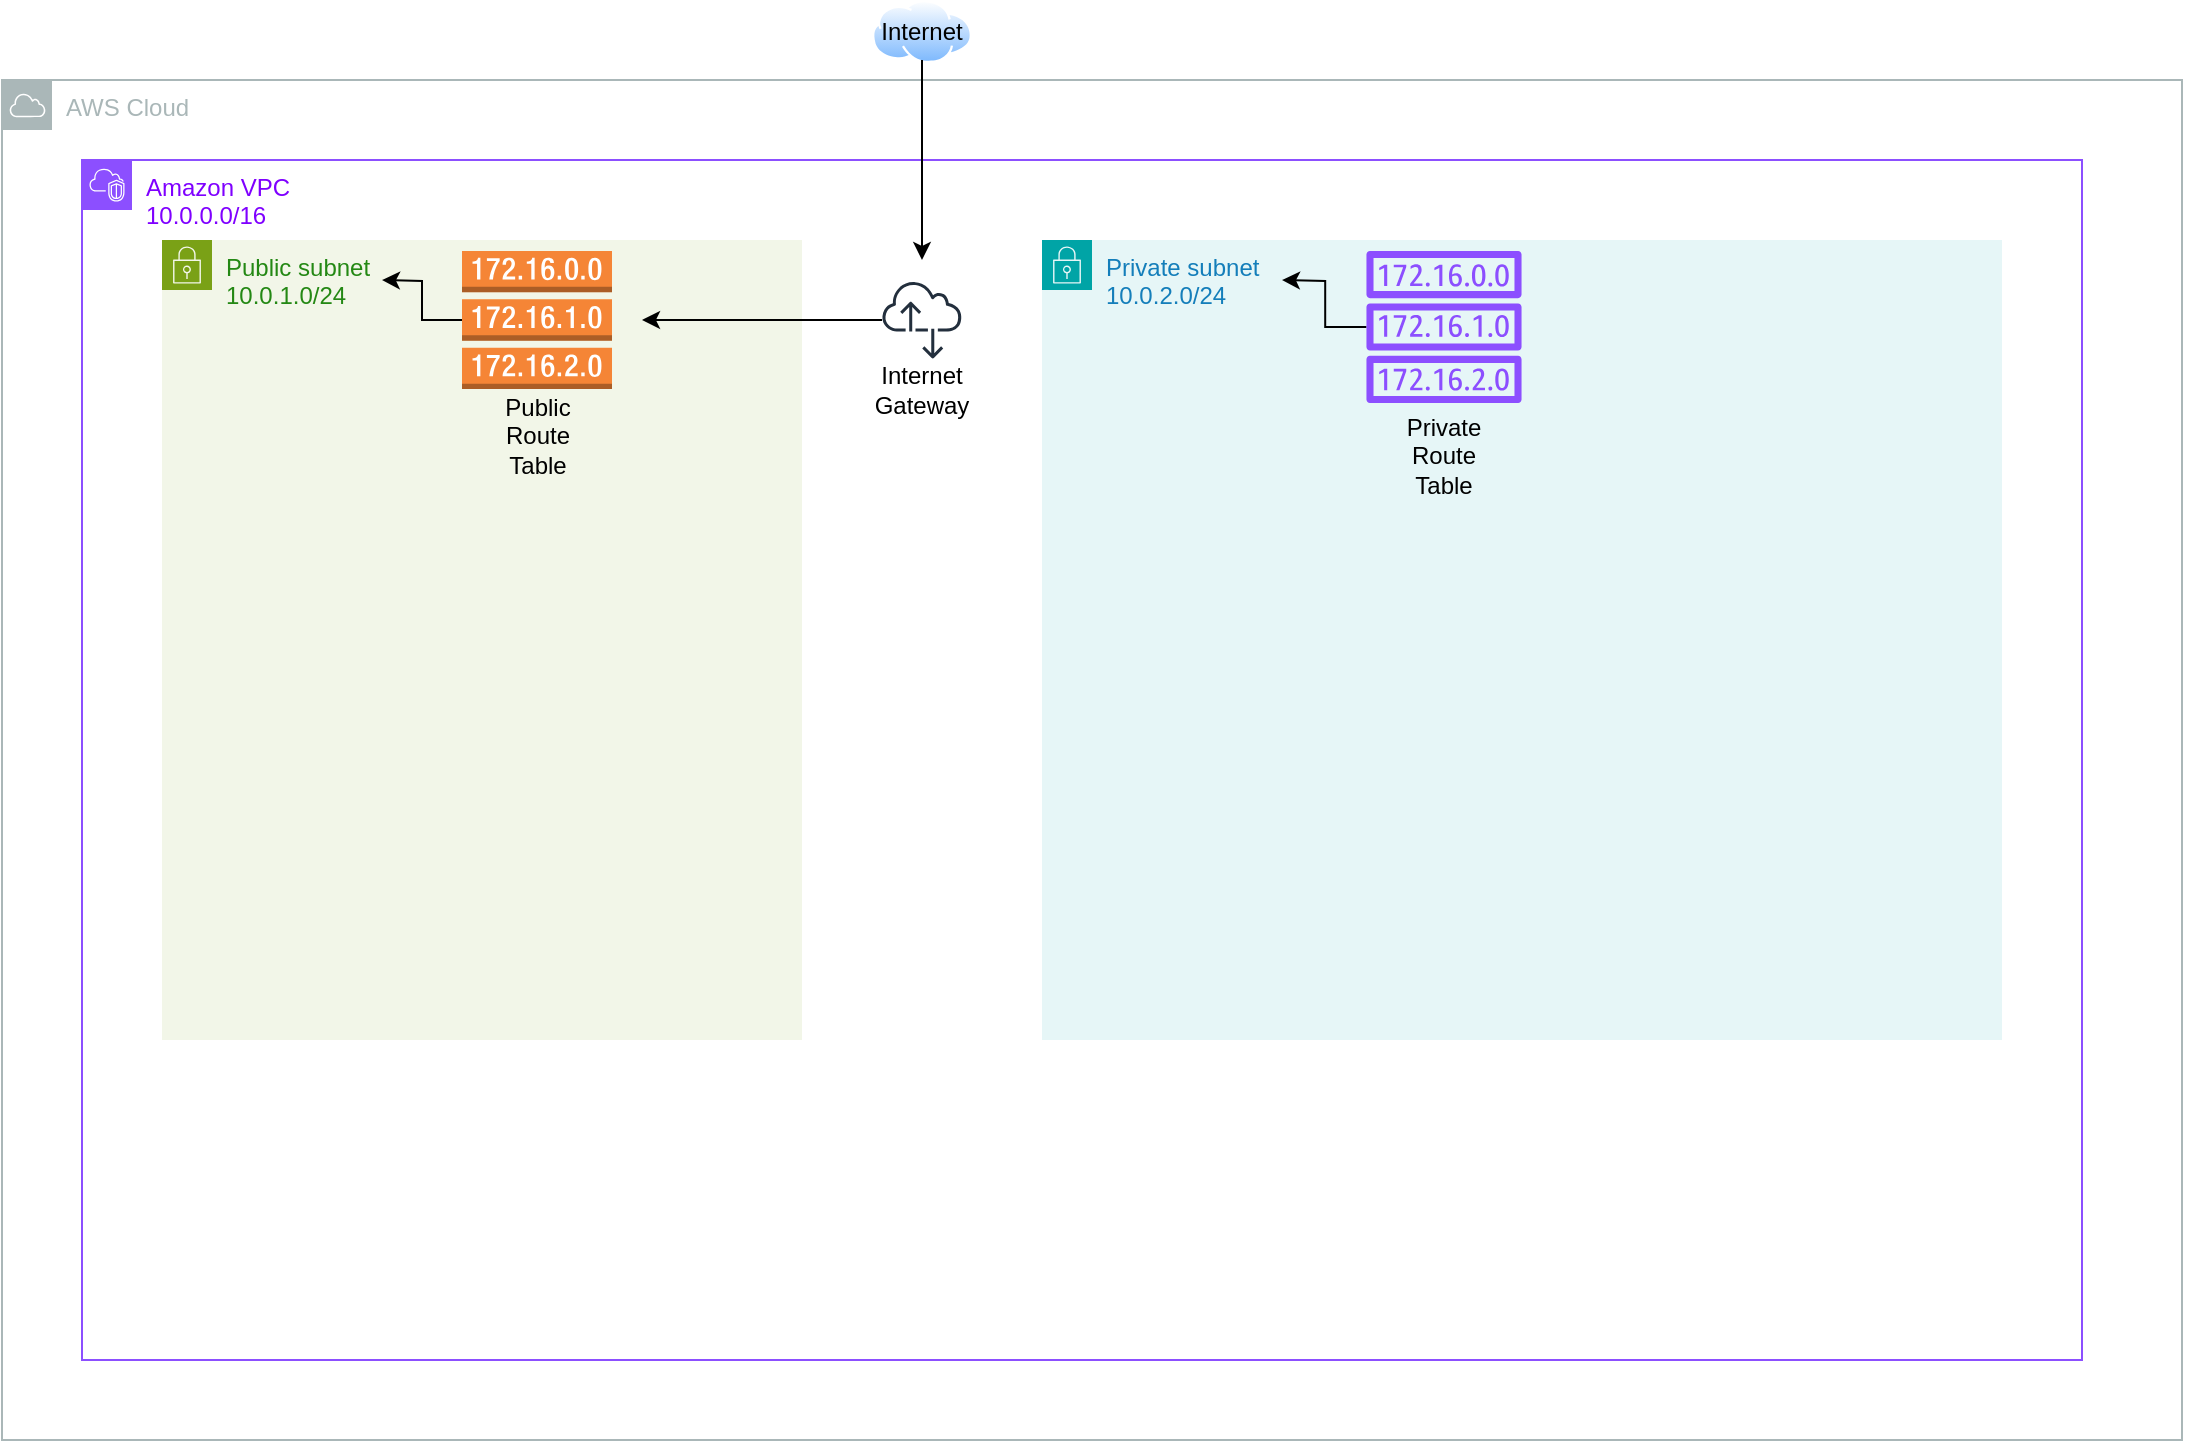
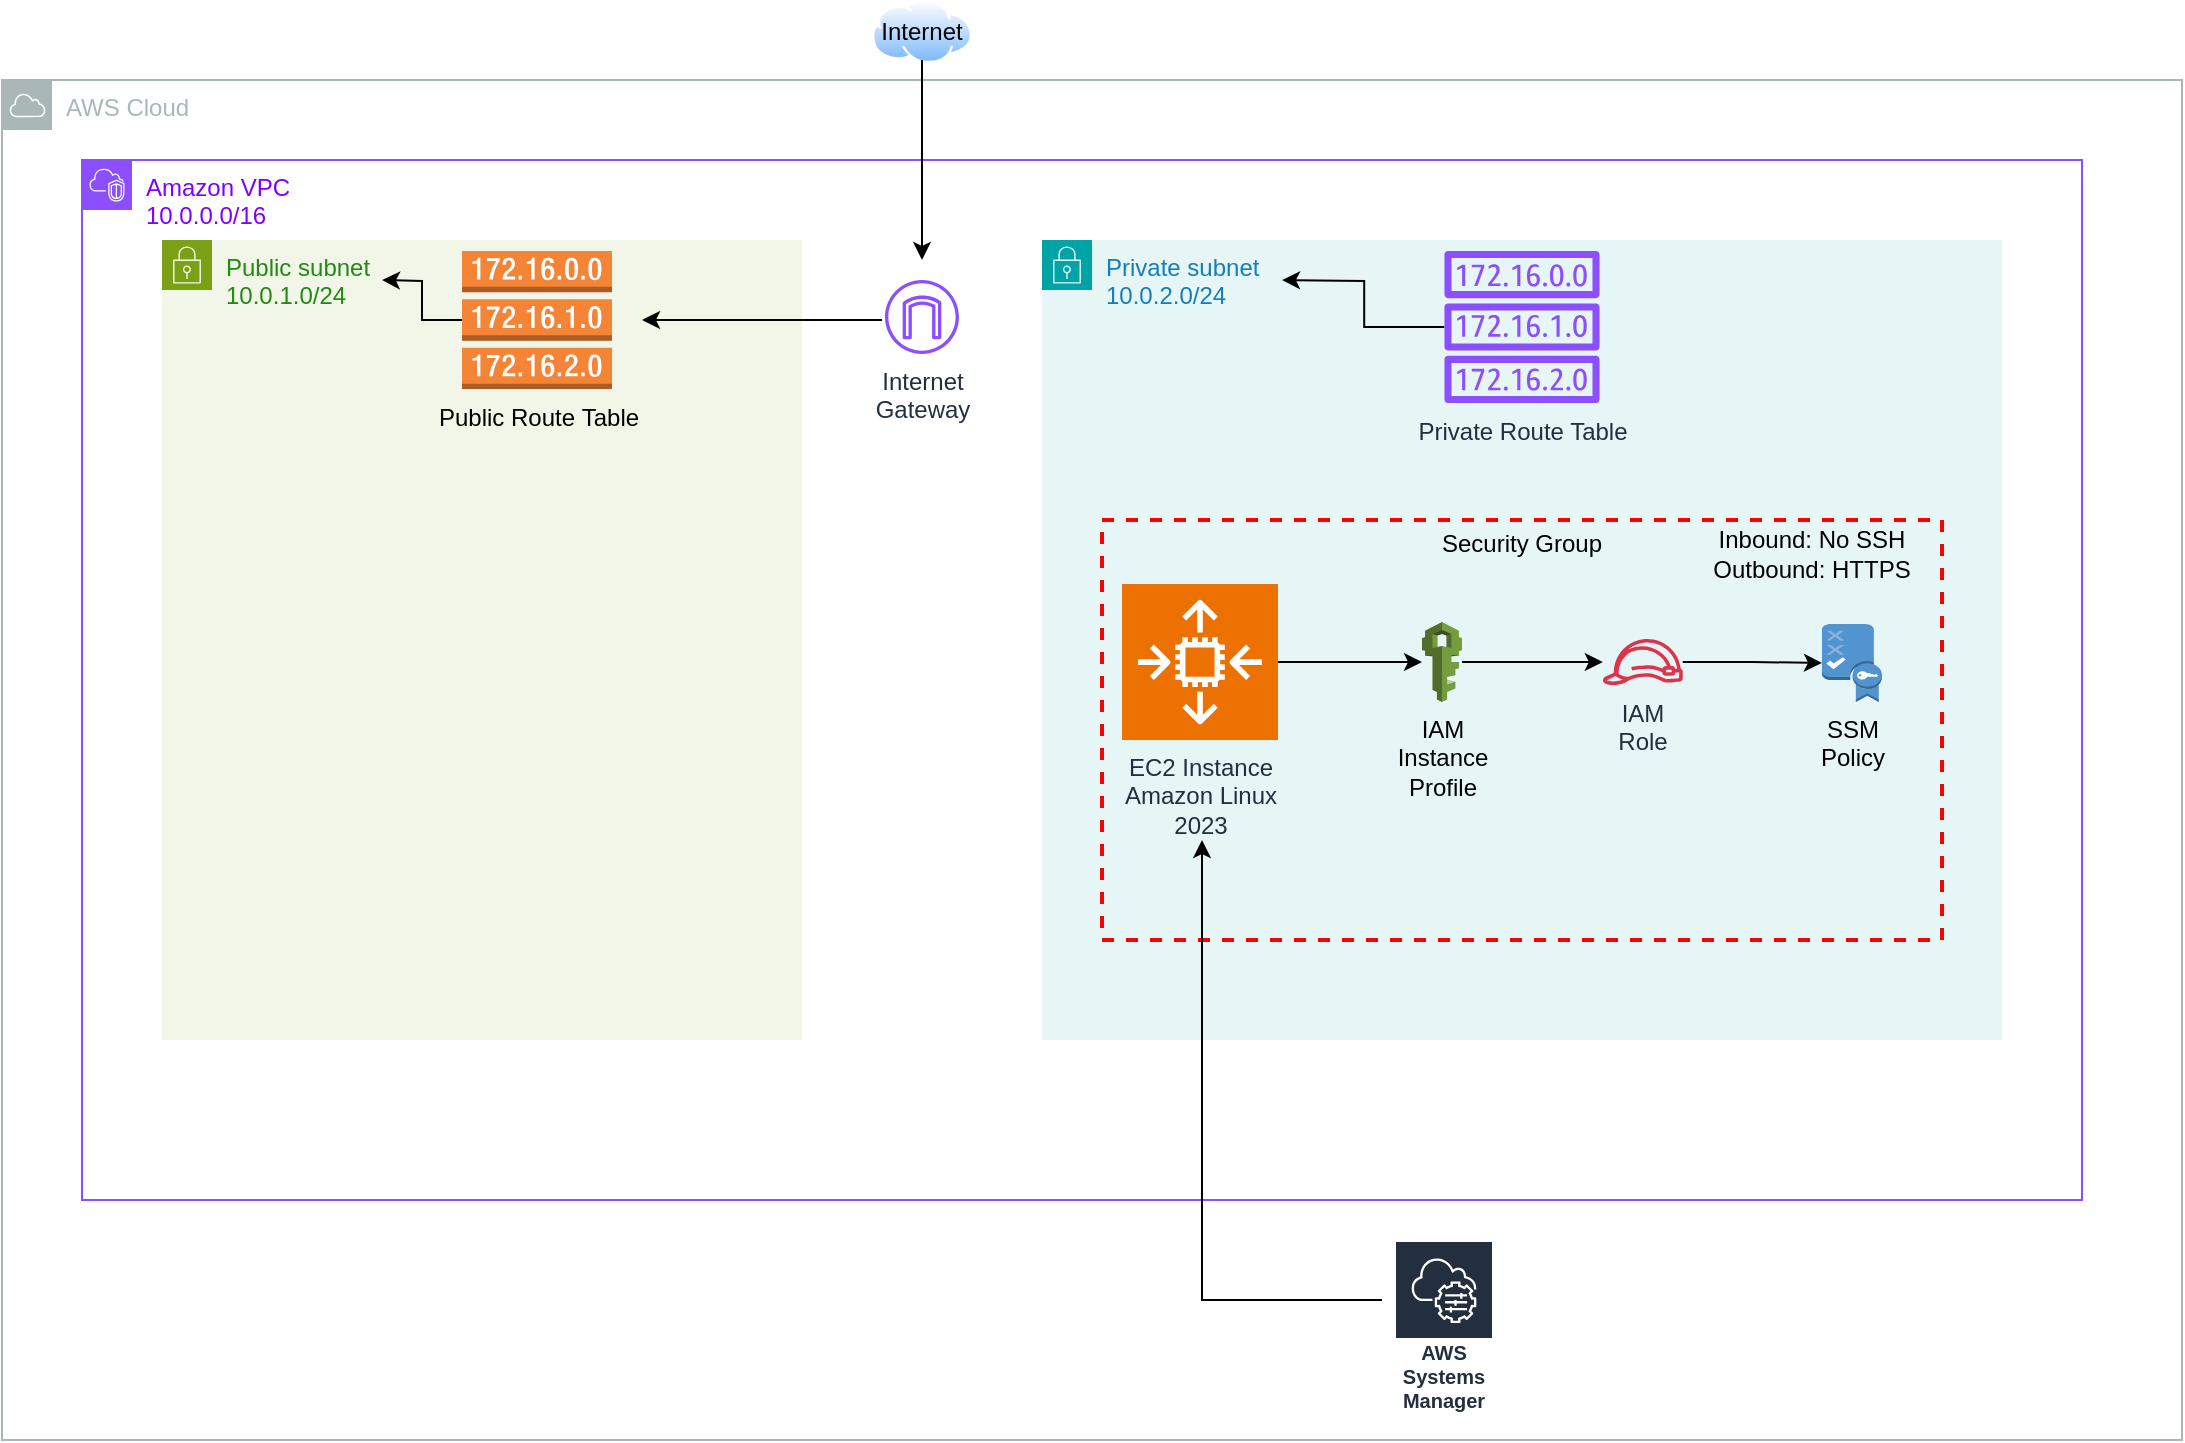
<mxfile host="app.diagrams.net">
  <diagram name="Page-1" id="UbdMAgmK1EmgD3pOVfZS">
-     <mxGraphModel dx="1142" dy="613" grid="1" gridSize="10" guides="1" tooltips="1" connect="1" arrows="1" fold="1" page="1" pageScale="1" pageWidth="1600" pageHeight="900" math="0" shadow="0">
+     <mxGraphModel dx="956" dy="613" grid="1" gridSize="10" guides="1" tooltips="1" connect="1" arrows="1" fold="1" page="1" pageScale="1" pageWidth="1600" pageHeight="900" math="0" shadow="0">
      <root>
        <mxCell id="0" />
-         <mxCell id="1" parent="0" />
+         <mxCell id="1" parent="0" style="locked=0;" value="VPC and subnets" />
        <mxCell id="lk7OxB-c81JEV8d6-9_6-1" parent="1" style="sketch=0;outlineConnect=0;gradientColor=none;html=1;whiteSpace=wrap;fontSize=12;fontStyle=0;shape=mxgraph.aws4.group;grIcon=mxgraph.aws4.group_aws_cloud;strokeColor=#AAB7B8;fillColor=none;verticalAlign=top;align=left;spacingLeft=30;fontColor=#AAB7B8;dashed=0;movable=0;resizable=0;rotatable=0;deletable=0;editable=0;locked=1;connectable=0;" value="AWS Cloud" vertex="1">
          <mxGeometry height="680" width="1090" x="40" y="40" as="geometry" />
        </mxCell>
        <mxCell id="lk7OxB-c81JEV8d6-9_6-2" parent="1" style="points=[[0,0],[0.25,0],[0.5,0],[0.75,0],[1,0],[1,0.25],[1,0.5],[1,0.75],[1,1],[0.75,1],[0.5,1],[0.25,1],[0,1],[0,0.75],[0,0.5],[0,0.25]];outlineConnect=0;gradientColor=none;html=1;whiteSpace=wrap;fontSize=12;fontStyle=0;container=1;pointerEvents=0;collapsible=0;recursiveResize=0;shape=mxgraph.aws4.group;grIcon=mxgraph.aws4.group_vpc2;strokeColor=#8C4FFF;fillColor=none;verticalAlign=top;align=left;spacingLeft=30;fontColor=#AAB7B8;dashed=0;movable=0;resizable=0;rotatable=0;deletable=0;editable=0;locked=1;connectable=0;" value="&lt;span style=&quot;color: rgb(127, 0, 255);&quot;&gt;Amazon VPC&lt;/span&gt;&lt;div&gt;&lt;span style=&quot;color: rgb(127, 0, 255);&quot;&gt;10.0.0.0/16&lt;/span&gt;&lt;/div&gt;" vertex="1">
-           <mxGeometry height="600" width="1000" x="80" y="80" as="geometry" />
+           <mxGeometry height="520" width="1000" x="80" y="80" as="geometry" />
        </mxCell>
        <mxCell id="lk7OxB-c81JEV8d6-9_6-3" parent="1" style="points=[[0,0],[0.25,0],[0.5,0],[0.75,0],[1,0],[1,0.25],[1,0.5],[1,0.75],[1,1],[0.75,1],[0.5,1],[0.25,1],[0,1],[0,0.75],[0,0.5],[0,0.25]];outlineConnect=0;gradientColor=none;html=1;whiteSpace=wrap;fontSize=12;fontStyle=0;container=1;pointerEvents=0;collapsible=0;recursiveResize=0;shape=mxgraph.aws4.group;grIcon=mxgraph.aws4.group_security_group;grStroke=0;strokeColor=#7AA116;fillColor=#F2F6E8;verticalAlign=top;align=left;spacingLeft=30;fontColor=#248814;dashed=0;movable=0;resizable=0;rotatable=0;deletable=0;editable=0;locked=1;connectable=0;" value="Public subnet&lt;div&gt;10.0.1.0/24&lt;/div&gt;" vertex="1">
          <mxGeometry height="400" width="320" x="120" y="120" as="geometry" />
        </mxCell>
        <mxCell id="lk7OxB-c81JEV8d6-9_6-4" parent="1" style="points=[[0,0],[0.25,0],[0.5,0],[0.75,0],[1,0],[1,0.25],[1,0.5],[1,0.75],[1,1],[0.75,1],[0.5,1],[0.25,1],[0,1],[0,0.75],[0,0.5],[0,0.25]];outlineConnect=0;gradientColor=none;html=1;whiteSpace=wrap;fontSize=12;fontStyle=0;container=1;pointerEvents=0;collapsible=0;recursiveResize=0;shape=mxgraph.aws4.group;grIcon=mxgraph.aws4.group_security_group;grStroke=0;strokeColor=#00A4A6;fillColor=#E6F6F7;verticalAlign=top;align=left;spacingLeft=30;fontColor=#147EBA;dashed=0;movable=0;resizable=0;rotatable=0;deletable=0;editable=0;locked=1;connectable=0;" value="Private subnet&lt;div&gt;10.0.2.0/24&lt;/div&gt;" vertex="1">
          <mxGeometry height="400" width="480" x="560" y="120" as="geometry" />
        </mxCell>
-         <mxCell id="lk7OxB-c81JEV8d6-9_6-6" parent="1" style="text;html=1;whiteSpace=wrap;strokeColor=none;fillColor=none;align=center;verticalAlign=middle;rounded=0;movable=0;resizable=0;rotatable=0;deletable=0;editable=0;locked=1;connectable=0;" value="Internet&lt;div&gt;Gateway&lt;/div&gt;" vertex="1">
-           <mxGeometry height="30" width="60" x="470" y="180" as="geometry" />
-         </mxCell>
-         <mxCell id="lk7OxB-c81JEV8d6-9_6-8" edge="1" parent="1" source="lk7OxB-c81JEV8d6-9_6-7" style="edgeStyle=orthogonalEdgeStyle;rounded=0;orthogonalLoop=1;jettySize=auto;html=1;movable=0;resizable=0;rotatable=0;deletable=0;editable=0;locked=1;connectable=0;">
+         <mxCell id="lk7OxB-c81JEV8d6-9_6-8" edge="1" parent="1" style="edgeStyle=orthogonalEdgeStyle;rounded=0;orthogonalLoop=1;jettySize=auto;html=1;movable=0;resizable=0;rotatable=0;deletable=0;editable=0;locked=1;connectable=0;">
          <mxGeometry relative="1" as="geometry">
+             <mxPoint x="480" y="160" as="sourcePoint" />
            <mxPoint x="360" y="160" as="targetPoint" />
          </mxGeometry>
-         </mxCell>
-         <mxCell id="lk7OxB-c81JEV8d6-9_6-7" parent="1" style="sketch=0;outlineConnect=0;fontColor=#232F3E;gradientColor=none;fillColor=#232F3D;strokeColor=none;dashed=0;verticalLabelPosition=bottom;verticalAlign=top;align=center;html=1;fontSize=12;fontStyle=0;aspect=fixed;pointerEvents=1;shape=mxgraph.aws4.internet_alt2;movable=0;resizable=0;rotatable=0;deletable=0;editable=0;locked=1;connectable=0;" value="" vertex="1">
-           <mxGeometry height="40" width="40" x="480" y="140" as="geometry" />
        </mxCell>
        <mxCell id="lk7OxB-c81JEV8d6-9_6-16" edge="1" parent="1" source="lk7OxB-c81JEV8d6-9_6-9" style="edgeStyle=orthogonalEdgeStyle;rounded=0;orthogonalLoop=1;jettySize=auto;html=1;movable=0;resizable=0;rotatable=0;deletable=0;editable=0;locked=1;connectable=0;">
          <mxGeometry relative="1" as="geometry">
            <mxPoint x="230" y="140" as="targetPoint" />
          </mxGeometry>
        </mxCell>
-         <mxCell id="lk7OxB-c81JEV8d6-9_6-9" parent="1" style="outlineConnect=0;dashed=0;verticalLabelPosition=bottom;verticalAlign=top;align=center;html=1;shape=mxgraph.aws3.route_table;fillColor=#F58536;gradientColor=none;movable=0;resizable=0;rotatable=0;deletable=0;editable=0;locked=1;connectable=0;" value="" vertex="1">
+         <mxCell id="lk7OxB-c81JEV8d6-9_6-9" parent="1" style="outlineConnect=0;dashed=0;verticalLabelPosition=bottom;verticalAlign=top;align=center;html=1;shape=mxgraph.aws3.route_table;fillColor=#F58536;gradientColor=none;movable=1;resizable=1;rotatable=1;deletable=1;editable=1;locked=0;connectable=1;" value="Public&amp;nbsp;&lt;span style=&quot;background-color: transparent; color: light-dark(rgb(0, 0, 0), rgb(255, 255, 255));&quot;&gt;Route&amp;nbsp;&lt;/span&gt;&lt;span style=&quot;background-color: transparent; color: light-dark(rgb(0, 0, 0), rgb(255, 255, 255));&quot;&gt;Table&lt;/span&gt;" vertex="1">
          <mxGeometry height="69" width="75" x="270" y="125.5" as="geometry" />
        </mxCell>
        <mxCell id="lk7OxB-c81JEV8d6-9_6-17" edge="1" parent="1" source="lk7OxB-c81JEV8d6-9_6-10" style="edgeStyle=orthogonalEdgeStyle;rounded=0;orthogonalLoop=1;jettySize=auto;html=1;movable=0;resizable=0;rotatable=0;deletable=0;editable=0;locked=1;connectable=0;">
          <mxGeometry relative="1" as="geometry">
            <mxPoint x="680" y="140" as="targetPoint" />
          </mxGeometry>
        </mxCell>
-         <mxCell id="lk7OxB-c81JEV8d6-9_6-10" parent="1" style="sketch=0;outlineConnect=0;fontColor=#232F3E;gradientColor=none;fillColor=#8C4FFF;strokeColor=none;dashed=0;verticalLabelPosition=bottom;verticalAlign=top;align=center;html=1;fontSize=12;fontStyle=0;aspect=fixed;pointerEvents=1;shape=mxgraph.aws4.route_table;movable=0;resizable=0;rotatable=0;deletable=0;editable=0;locked=1;connectable=0;" value="" vertex="1">
-           <mxGeometry height="76" width="78" x="722" y="125.5" as="geometry" />
-         </mxCell>
-         <mxCell id="lk7OxB-c81JEV8d6-9_6-11" parent="1" style="text;html=1;whiteSpace=wrap;strokeColor=none;fillColor=none;align=center;verticalAlign=middle;rounded=0;movable=0;resizable=0;rotatable=0;deletable=0;editable=0;locked=1;connectable=0;" value="Public Route Table" vertex="1">
-           <mxGeometry height="30" width="60" x="277.5" y="202.5" as="geometry" />
-         </mxCell>
-         <mxCell id="lk7OxB-c81JEV8d6-9_6-12" parent="1" style="text;html=1;whiteSpace=wrap;strokeColor=none;fillColor=none;align=center;verticalAlign=middle;rounded=0;movable=0;resizable=0;rotatable=0;deletable=0;editable=0;locked=1;connectable=0;" value="Private Route Table" vertex="1">
-           <mxGeometry height="30" width="60" x="731" y="213" as="geometry" />
+         <mxCell id="lk7OxB-c81JEV8d6-9_6-10" parent="1" style="sketch=0;outlineConnect=0;fontColor=#232F3E;gradientColor=none;fillColor=#8C4FFF;strokeColor=none;dashed=0;verticalLabelPosition=bottom;verticalAlign=top;align=center;html=1;fontSize=12;fontStyle=0;aspect=fixed;pointerEvents=1;shape=mxgraph.aws4.route_table;movable=0;resizable=0;rotatable=0;deletable=0;editable=0;locked=1;connectable=0;" value="Private Route Table" vertex="1">
+           <mxGeometry height="76" width="78" x="761" y="125.5" as="geometry" />
        </mxCell>
        <mxCell id="lk7OxB-c81JEV8d6-9_6-13" parent="1" style="image;aspect=fixed;perimeter=ellipsePerimeter;html=1;align=center;shadow=0;dashed=0;spacingTop=3;image=img/lib/active_directory/internet_cloud.svg;" value="" vertex="1">
          <mxGeometry height="31.5" width="50" x="475" as="geometry" />
        </mxCell>
        <mxCell id="lk7OxB-c81JEV8d6-9_6-15" edge="1" parent="1" source="lk7OxB-c81JEV8d6-9_6-14" style="edgeStyle=orthogonalEdgeStyle;rounded=0;orthogonalLoop=1;jettySize=auto;html=1;movable=0;resizable=0;rotatable=0;deletable=0;editable=0;locked=1;connectable=0;">
          <mxGeometry relative="1" as="geometry">
            <mxPoint x="500" y="130" as="targetPoint" />
          </mxGeometry>
        </mxCell>
        <mxCell id="lk7OxB-c81JEV8d6-9_6-14" parent="1" style="text;html=1;whiteSpace=wrap;strokeColor=none;fillColor=none;align=center;verticalAlign=middle;rounded=0;movable=0;resizable=0;rotatable=0;deletable=0;editable=0;locked=1;connectable=0;" value="Internet" vertex="1">
          <mxGeometry height="29" width="60" x="470" y="1" as="geometry" />
        </mxCell>
+         <mxCell id="lk7OxB-c81JEV8d6-9_6-28" parent="1" style="sketch=0;outlineConnect=0;fontColor=#232F3E;gradientColor=none;fillColor=#8C4FFF;strokeColor=none;dashed=0;verticalLabelPosition=bottom;verticalAlign=top;align=center;html=1;fontSize=12;fontStyle=0;aspect=fixed;pointerEvents=1;shape=mxgraph.aws4.internet_gateway;movable=0;resizable=0;rotatable=0;deletable=0;editable=0;locked=1;connectable=0;" value="Internet&lt;div&gt;Gateway&lt;/div&gt;" vertex="1">
+           <mxGeometry height="37" width="37" x="481.5" y="140" as="geometry" />
+         </mxCell>
+         <mxCell id="lk7OxB-c81JEV8d6-9_6-37" parent="1" style="sketch=0;outlineConnect=0;fontColor=#232F3E;gradientColor=none;strokeColor=#ffffff;fillColor=#232F3E;dashed=0;verticalLabelPosition=middle;verticalAlign=bottom;align=center;html=1;whiteSpace=wrap;fontSize=10;fontStyle=1;spacing=3;shape=mxgraph.aws4.productIcon;prIcon=mxgraph.aws4.systems_manager;movable=0;resizable=0;rotatable=0;deletable=0;editable=0;locked=1;connectable=0;" value="AWS Systems Manager" vertex="1">
+           <mxGeometry height="90" width="50" x="736" y="620" as="geometry" />
+         </mxCell>
+         <mxCell id="lk7OxB-c81JEV8d6-9_6-22" parent="0" style="locked=0;" value="Security" />
+         <mxCell id="lk7OxB-c81JEV8d6-9_6-25" parent="lk7OxB-c81JEV8d6-9_6-22" style="fontStyle=0;verticalAlign=top;align=center;spacingTop=-2;fillColor=none;rounded=0;whiteSpace=wrap;html=1;strokeColor=#FF0000;strokeWidth=2;dashed=1;container=1;collapsible=0;expand=0;recursiveResize=0;movable=0;resizable=0;rotatable=0;deletable=0;editable=0;locked=1;connectable=0;" value="Security Group" vertex="1">
+           <mxGeometry height="210" width="420" x="590" y="260" as="geometry" />
+         </mxCell>
+         <mxCell id="lk7OxB-c81JEV8d6-9_6-38" edge="1" parent="lk7OxB-c81JEV8d6-9_6-25" style="edgeStyle=orthogonalEdgeStyle;rounded=0;orthogonalLoop=1;jettySize=auto;html=1;startArrow=classic;startFill=1;endArrow=none;endFill=0;">
+           <mxGeometry relative="1" as="geometry">
+             <Array as="points">
+               <mxPoint x="50" y="390" />
+             </Array>
+             <mxPoint x="50" y="160" as="sourcePoint" />
+             <mxPoint x="140" y="390" as="targetPoint" />
+           </mxGeometry>
+         </mxCell>
+         <mxCell id="lk7OxB-c81JEV8d6-9_6-51" edge="1" parent="lk7OxB-c81JEV8d6-9_6-22" source="lk7OxB-c81JEV8d6-9_6-46" style="edgeStyle=orthogonalEdgeStyle;rounded=0;orthogonalLoop=1;jettySize=auto;html=1;" target="lk7OxB-c81JEV8d6-9_6-47" value="">
+           <mxGeometry relative="1" as="geometry" />
+         </mxCell>
+         <mxCell id="lk7OxB-c81JEV8d6-9_6-46" parent="lk7OxB-c81JEV8d6-9_6-22" style="sketch=0;points=[[0,0,0],[0.25,0,0],[0.5,0,0],[0.75,0,0],[1,0,0],[0,1,0],[0.25,1,0],[0.5,1,0],[0.75,1,0],[1,1,0],[0,0.25,0],[0,0.5,0],[0,0.75,0],[1,0.25,0],[1,0.5,0],[1,0.75,0]];outlineConnect=0;fontColor=#232F3E;fillColor=#ED7100;strokeColor=#ffffff;dashed=0;verticalLabelPosition=bottom;verticalAlign=top;align=center;html=1;fontSize=12;fontStyle=0;aspect=fixed;shape=mxgraph.aws4.resourceIcon;resIcon=mxgraph.aws4.auto_scaling2;movable=0;resizable=0;rotatable=0;deletable=0;editable=0;locked=1;connectable=0;" value="EC2 Instance&lt;div&gt;Amazon Linux&lt;/div&gt;&lt;div&gt;2023&lt;/div&gt;" vertex="1">
+           <mxGeometry height="78" width="78" x="600" y="292" as="geometry" />
+         </mxCell>
+         <mxCell id="lk7OxB-c81JEV8d6-9_6-52" edge="1" parent="lk7OxB-c81JEV8d6-9_6-22" source="lk7OxB-c81JEV8d6-9_6-47" style="edgeStyle=orthogonalEdgeStyle;rounded=0;orthogonalLoop=1;jettySize=auto;html=1;" target="lk7OxB-c81JEV8d6-9_6-49" value="">
+           <mxGeometry relative="1" as="geometry" />
+         </mxCell>
+         <mxCell id="lk7OxB-c81JEV8d6-9_6-47" parent="lk7OxB-c81JEV8d6-9_6-22" style="outlineConnect=0;dashed=0;verticalLabelPosition=bottom;verticalAlign=top;align=center;html=1;shape=mxgraph.aws3.iam;fillColor=#759C3E;gradientColor=none;movable=0;resizable=0;rotatable=0;deletable=0;editable=0;locked=1;connectable=0;" value="IAM&lt;div&gt;Instance&lt;/div&gt;&lt;div&gt;Profile&lt;/div&gt;" vertex="1">
+           <mxGeometry height="40" width="20" x="750" y="311" as="geometry" />
+         </mxCell>
+         <mxCell id="lk7OxB-c81JEV8d6-9_6-54" edge="1" parent="lk7OxB-c81JEV8d6-9_6-22" source="lk7OxB-c81JEV8d6-9_6-49" style="edgeStyle=orthogonalEdgeStyle;rounded=0;orthogonalLoop=1;jettySize=auto;html=1;" target="lk7OxB-c81JEV8d6-9_6-50" value="">
+           <mxGeometry relative="1" as="geometry" />
+         </mxCell>
+         <mxCell id="lk7OxB-c81JEV8d6-9_6-49" parent="lk7OxB-c81JEV8d6-9_6-22" style="sketch=0;outlineConnect=0;fontColor=#232F3E;gradientColor=none;fillColor=#DD344C;strokeColor=none;dashed=0;verticalLabelPosition=bottom;verticalAlign=top;align=center;html=1;fontSize=12;fontStyle=0;aspect=fixed;pointerEvents=1;shape=mxgraph.aws4.role;movable=0;resizable=0;rotatable=0;deletable=0;editable=0;locked=1;connectable=0;" value="IAM&lt;div&gt;Role&lt;/div&gt;" vertex="1">
+           <mxGeometry height="23" width="40.77" x="840" y="319.5" as="geometry" />
+         </mxCell>
+         <mxCell id="lk7OxB-c81JEV8d6-9_6-50" parent="lk7OxB-c81JEV8d6-9_6-22" style="outlineConnect=0;dashed=0;verticalLabelPosition=bottom;verticalAlign=top;align=center;html=1;shape=mxgraph.aws3.policy;fillColor=#5294CF;gradientColor=none;movable=0;resizable=0;rotatable=0;deletable=0;editable=0;locked=1;connectable=0;" value="SSM&lt;div&gt;Policy&lt;/div&gt;" vertex="1">
+           <mxGeometry height="39" width="30" x="950" y="312" as="geometry" />
+         </mxCell>
+         <mxCell id="lk7OxB-c81JEV8d6-9_6-55" parent="lk7OxB-c81JEV8d6-9_6-22" style="text;html=1;whiteSpace=wrap;strokeColor=none;fillColor=none;align=center;verticalAlign=middle;rounded=0;movable=0;resizable=0;rotatable=0;deletable=0;editable=0;locked=1;connectable=0;" value="Inbound: No SSH&lt;div&gt;Outbound: HTTPS&lt;/div&gt;" vertex="1">
+           <mxGeometry height="30" width="110" x="890" y="262" as="geometry" />
+         </mxCell>
      </root>
    </mxGraphModel>
  </diagram>
</mxfile>
